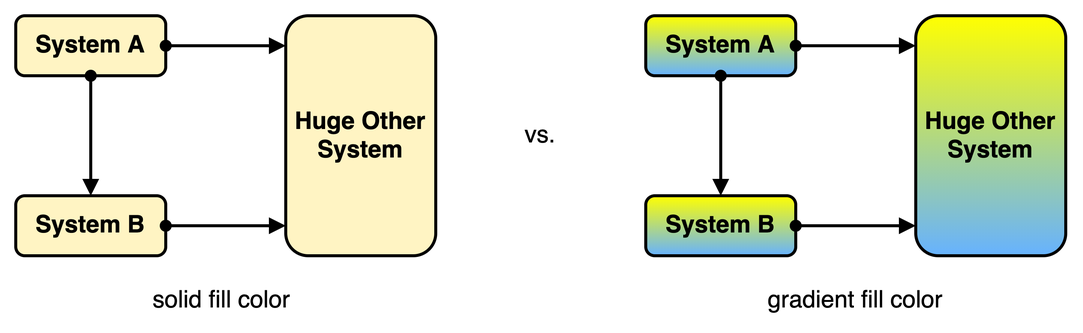
martinleggewie/visual-tips-for-creating-schematic-diagrams keeps this draw.io diagram as diagrams/general-guideline_no-color-gradients.png. Above is the earlier version. Source tidied: cells renumbered, new cells last; positions are measured from the earlier drawing's top-left corner, leaving out a move shared by most shapes.
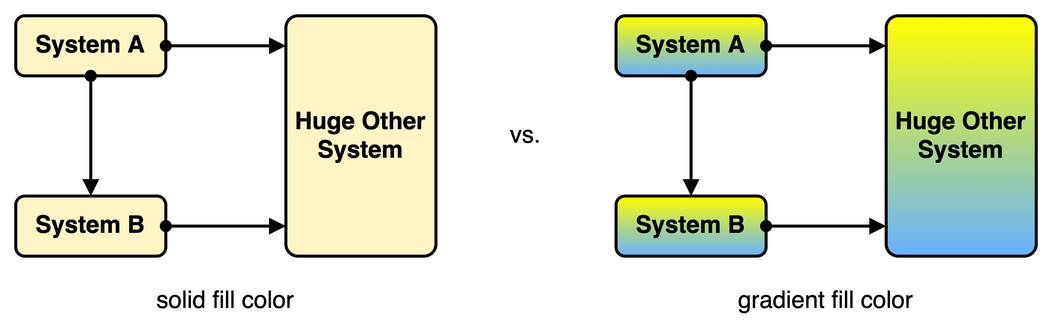
After the change.

Commit message:
added general guideline about 3D elements, drop shadows, sketch mode

Change to the diagram source:
```diff
@@ -3,13 +3,13 @@
     <mxCell id="0" />
     <mxCell id="1" value="background" parent="0" />
     <mxCell id="2" style="rounded=0;whiteSpace=wrap;html=1;strokeColor=none;" parent="1" vertex="1">
-      <mxGeometry width="720" height="220" as="geometry" />
+      <mxGeometry width="700" height="220" as="geometry" />
     </mxCell>
     <mxCell id="3" value="content" parent="0" />
     <mxCell id="4" value="System A" style="rounded=1;whiteSpace=wrap;html=1;strokeWidth=2;fontSize=16;fontStyle=1;fillColor=#FFF4C3;" parent="3" vertex="1">
       <mxGeometry x="10" y="10" width="100" height="40" as="geometry" />
     </mxCell>
-    <mxCell id="5" value="Huge Other&lt;br&gt;System" style="rounded=1;whiteSpace=wrap;html=1;strokeWidth=2;fontSize=16;fontStyle=1;fillColor=#FFF4C3;" parent="3" vertex="1">
+    <mxCell id="5" value="Huge Other&lt;br&gt;System" style="rounded=1;whiteSpace=wrap;html=1;strokeWidth=2;fontSize=16;fontStyle=1;fillColor=#FFF4C3;arcSize=8;" parent="3" vertex="1">
       <mxGeometry x="190" y="10" width="100" height="160" as="geometry" />
     </mxCell>
     <mxCell id="6" style="rounded=0;jettySize=auto;html=1;fontSize=16;endArrow=block;endFill=1;startArrow=oval;startFill=1;strokeWidth=2;" parent="3" edge="1" source="4">
@@ -29,35 +29,35 @@
       </mxGeometry>
     </mxCell>
     <mxCell id="10" value="System A" style="rounded=1;whiteSpace=wrap;html=1;strokeWidth=2;fontSize=16;fontStyle=1;gradientColor=#FFFF00;gradientDirection=north;fillColor=#66B2FF;" parent="3" vertex="1">
-      <mxGeometry x="430" y="10" width="100" height="40" as="geometry" />
+      <mxGeometry x="410" y="10" width="100" height="40" as="geometry" />
     </mxCell>
-    <mxCell id="11" value="Huge Other&lt;br&gt;System" style="rounded=1;whiteSpace=wrap;html=1;strokeWidth=2;fontSize=16;fontStyle=1;gradientColor=#FFFF00;gradientDirection=north;fillColor=#66B2FF;" parent="3" vertex="1">
-      <mxGeometry x="610" y="10" width="100" height="160" as="geometry" />
+    <mxCell id="11" value="Huge Other&lt;br&gt;System" style="rounded=1;whiteSpace=wrap;html=1;strokeWidth=2;fontSize=16;fontStyle=1;gradientColor=#FFFF00;gradientDirection=north;fillColor=#66B2FF;arcSize=8;" parent="3" vertex="1">
+      <mxGeometry x="590" y="10" width="100" height="160" as="geometry" />
     </mxCell>
     <mxCell id="12" style="rounded=0;jettySize=auto;html=1;fontSize=16;endArrow=block;endFill=1;startArrow=oval;startFill=1;strokeWidth=2;" parent="3" edge="1" source="10">
       <mxGeometry relative="1" as="geometry">
-        <mxPoint x="610" y="30" as="targetPoint" />
+        <mxPoint x="590" y="30" as="targetPoint" />
       </mxGeometry>
     </mxCell>
     <mxCell id="13" value="System B" style="rounded=1;whiteSpace=wrap;html=1;strokeWidth=2;fontSize=16;fontStyle=1;gradientColor=#FFFF00;gradientDirection=north;fillColor=#66B2FF;" parent="3" vertex="1">
-      <mxGeometry x="430" y="130" width="100" height="40" as="geometry" />
+      <mxGeometry x="410" y="130" width="100" height="40" as="geometry" />
     </mxCell>
     <mxCell id="14" style="edgeStyle=none;rounded=0;jettySize=auto;html=1;startArrow=oval;startFill=1;endArrow=block;endFill=1;strokeWidth=2;fontSize=16;" parent="3" edge="1" source="10" target="13">
       <mxGeometry relative="1" as="geometry" />
     </mxCell>
     <mxCell id="15" style="rounded=0;jettySize=auto;html=1;fontSize=16;endArrow=block;endFill=1;startArrow=oval;startFill=1;strokeWidth=2;" parent="3" edge="1" source="13">
       <mxGeometry relative="1" as="geometry">
-        <mxPoint x="610" y="150" as="targetPoint" />
+        <mxPoint x="590" y="150" as="targetPoint" />
       </mxGeometry>
     </mxCell>
     <mxCell id="16" value="solid fill color" style="text;html=1;strokeColor=none;fillColor=none;align=center;verticalAlign=middle;whiteSpace=wrap;rounded=0;fontSize=16;" parent="3" vertex="1">
-      <mxGeometry x="5" y="190" width="285" height="20" as="geometry" />
+      <mxGeometry x="10" y="190" width="280" height="20" as="geometry" />
     </mxCell>
     <mxCell id="17" value="gradient fill color" style="text;html=1;strokeColor=none;fillColor=none;align=center;verticalAlign=middle;whiteSpace=wrap;rounded=0;fontSize=16;" parent="3" vertex="1">
-      <mxGeometry x="430" y="190" width="280" height="20" as="geometry" />
+      <mxGeometry x="410" y="190" width="280" height="20" as="geometry" />
     </mxCell>
     <mxCell id="18" value="vs." style="text;html=1;strokeColor=none;fillColor=none;align=center;verticalAlign=middle;whiteSpace=wrap;rounded=0;fontSize=16;" parent="3" vertex="1">
-      <mxGeometry x="290" y="80" width="140" height="20" as="geometry" />
+      <mxGeometry x="290" y="80" width="120" height="20" as="geometry" />
     </mxCell>
   </root>
 </mxGraphModel>
```
